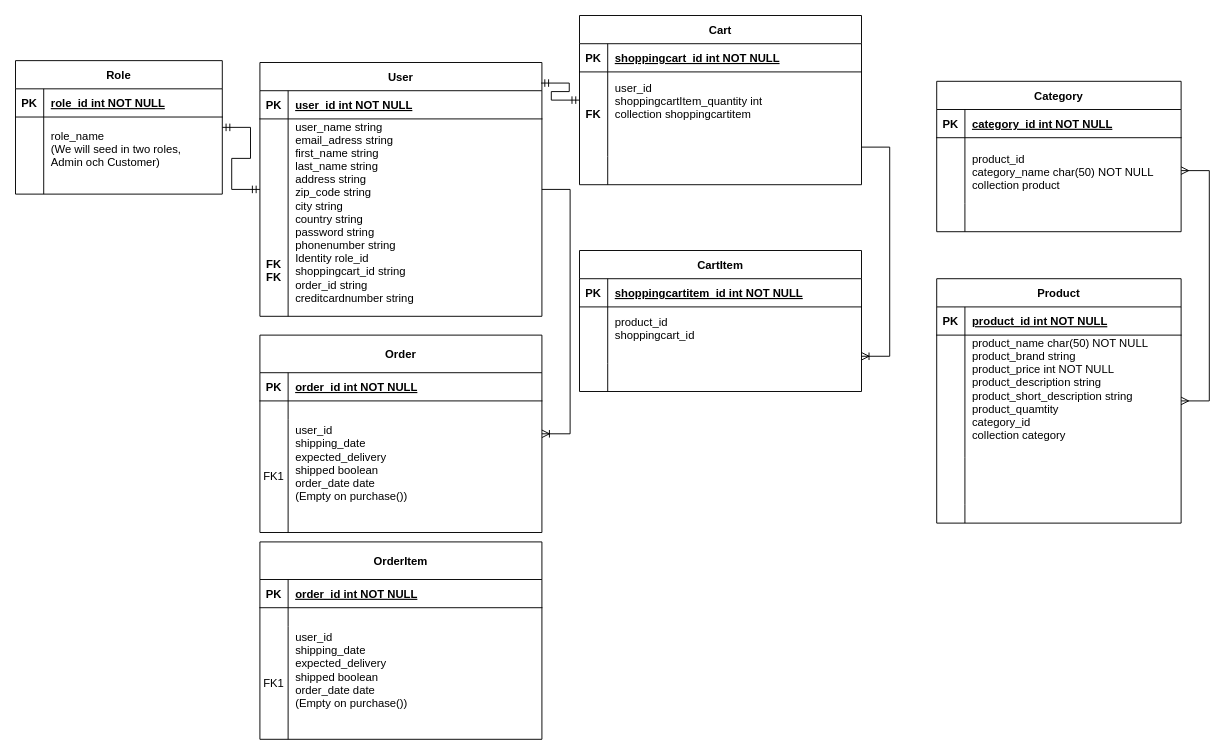
This is Database Diagram.drawio from Saravasha/Lexicon_Project_Webshop_G10_G2, a draw.io file, before an edit. Source tidied: cells renumbered, new cells numbered last; positions are measured from the earlier drawing's top-left corner, leaving out a move shared by most shapes. Both pictures are drawn from the tidied source at 94%, with x=0, y=0 at pixel (15, 15).
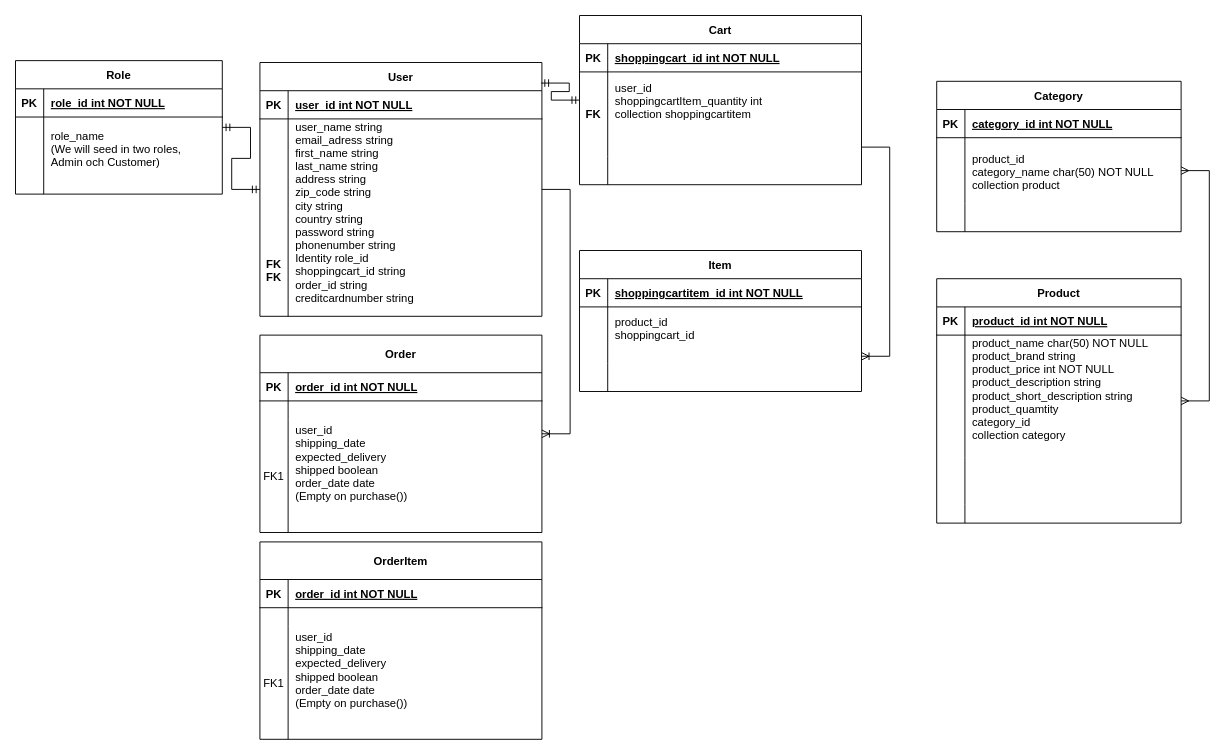
Above is the later version.

The edit, as a diff of the source:
```diff
@@
-    <mxCell id="60" value="CartItem" style="shape=table;startSize=30;childLayout=tableLayout;rowLines=0;fontStyle=1;align=center;" parent="1" vertex="1">
+    <mxCell id="60" value="Item" style="shape=table;startSize=30;childLayout=tableLayout;rowLines=0;fontStyle=1;align=center;" parent="1" vertex="1">
       <mxGeometry x="600" y="250" width="300" height="150" as="geometry" />
     </mxCell>
```
